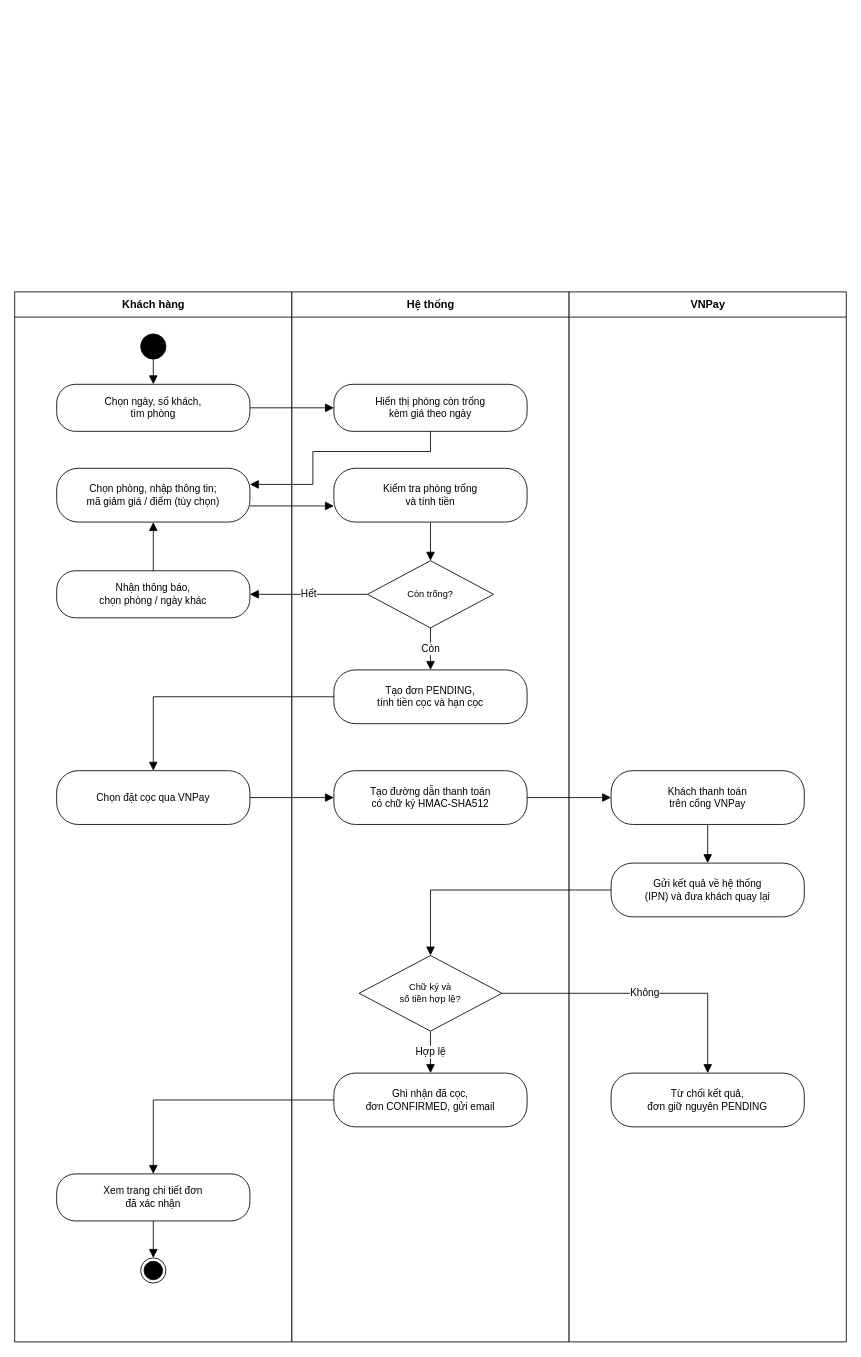
The draw.io diagram docs/thiet-ke/hd-dat-phong-dat-coc.drawio in ngynquchn2511/beach-hotel, before the edit. Source tidied: cells renumbered, new cells numbered last; positions are measured from the earlier drawing's top-left corner, leaving out a move shared by most shapes. Both pictures are drawn from the tidied source at 84%, with x=0, y=0 at pixel (14, 291).
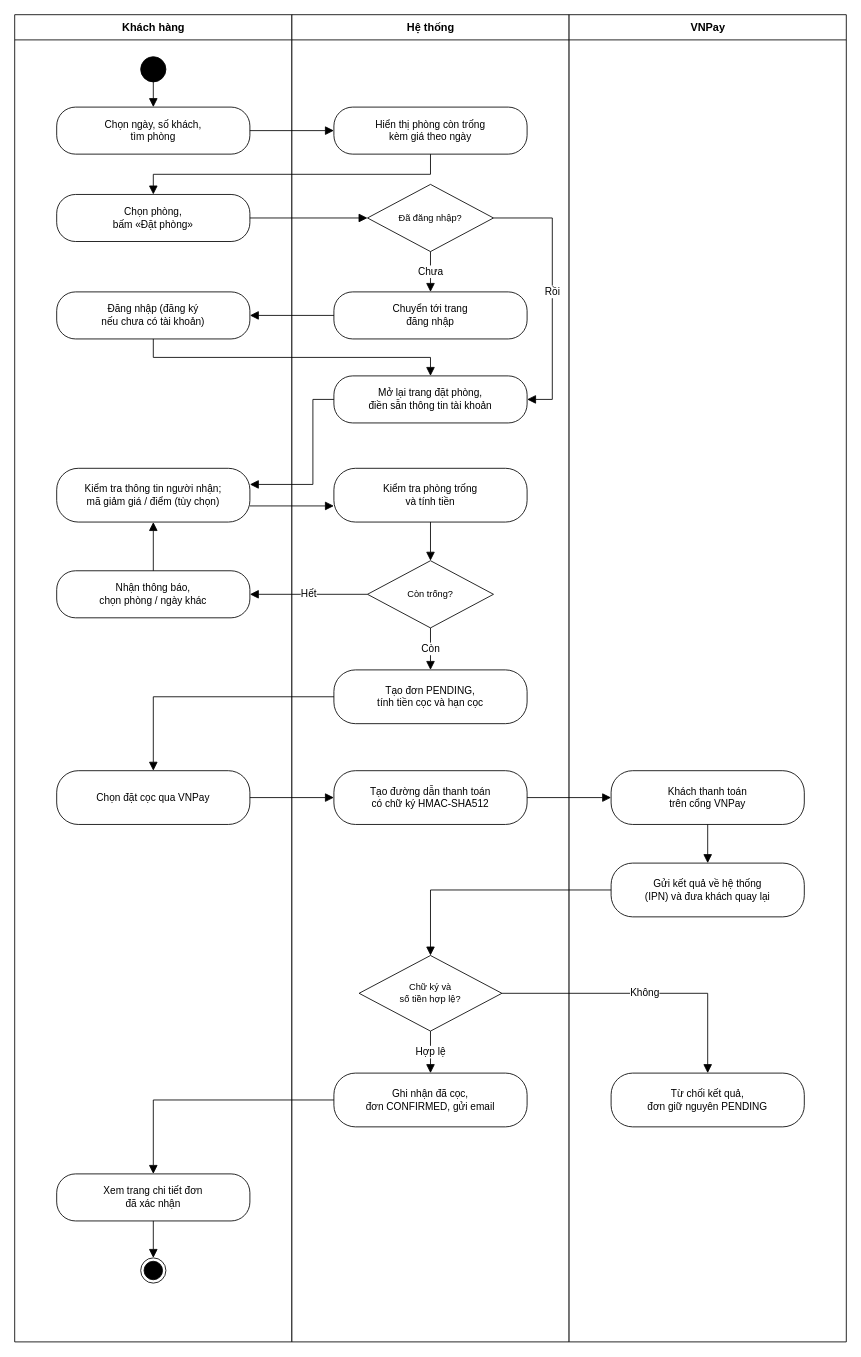
Above is the later version.

Change to the diagram source:
```diff
@@
     <mxCell id="2" value="Khách hàng" style="swimlane;horizontal=1;startSize=30;html=1;fillColor=#FFFFFF;strokeColor=#000000;fontSize=13;fontStyle=1;swimlaneFillColor=#FFFFFF;" parent="1" vertex="1">
-      <mxGeometry width="330" height="1250" as="geometry" />
+      <mxGeometry y="-330" width="330" height="1580" as="geometry" />
     </mxCell>
     <mxCell id="3" value="Hệ thống" style="swimlane;horizontal=1;startSize=30;html=1;fillColor=#FFFFFF;strokeColor=#000000;fontSize=13;fontStyle=1;swimlaneFillColor=#FFFFFF;" parent="1" vertex="1">
-      <mxGeometry x="330" width="330" height="1250" as="geometry" />
+      <mxGeometry x="330" y="-330" width="330" height="1580" as="geometry" />
     </mxCell>
     <mxCell id="4" value="VNPay" style="swimlane;horizontal=1;startSize=30;html=1;fillColor=#FFFFFF;strokeColor=#000000;fontSize=13;fontStyle=1;swimlaneFillColor=#FFFFFF;" parent="1" vertex="1">
-      <mxGeometry x="660" width="330" height="1250" as="geometry" />
+      <mxGeometry x="660" y="-330" width="330" height="1580" as="geometry" />
     </mxCell>
     <mxCell id="5" style="ellipse;html=1;fillColor=#000000;strokeColor=#000000;" parent="1" vertex="1">
-      <mxGeometry x="150" y="50" width="30" height="30" as="geometry" />
+      <mxGeometry x="150" y="-280" width="30" height="30" as="geometry" />
     </mxCell>
     <mxCell id="6" value="Chọn ngày, số khách,&lt;br&gt;tìm phòng" style="rounded=1;whiteSpace=wrap;html=1;arcSize=40;fillColor=#FFFFFF;strokeColor=#000000;fontSize=12;" parent="1" vertex="1">
-      <mxGeometry x="50" y="110" width="230" height="56" as="geometry" />
+      <mxGeometry x="50" y="-220" width="230" height="56" as="geometry" />
     </mxCell>
     <mxCell id="7" value="Hiển thị phòng còn trống&lt;br&gt;kèm giá theo ngày" style="rounded=1;whiteSpace=wrap;html=1;arcSize=40;fillColor=#FFFFFF;strokeColor=#000000;fontSize=12;" parent="1" vertex="1">
-      <mxGeometry x="380" y="110" width="230" height="56" as="geometry" />
+      <mxGeometry x="380" y="-220" width="230" height="56" as="geometry" />
     </mxCell>
-    <mxCell id="8" value="Chọn phòng, nhập thông tin;&lt;br&gt;mã giảm giá / điểm (tùy chọn)" style="rounded=1;whiteSpace=wrap;html=1;arcSize=40;fillColor=#FFFFFF;strokeColor=#000000;fontSize=12;" parent="1" vertex="1">
+    <mxCell id="8" value="Kiểm tra thông tin người nhận;&lt;br&gt;mã giảm giá / điểm (tùy chọn)" style="rounded=1;whiteSpace=wrap;html=1;arcSize=40;fillColor=#FFFFFF;strokeColor=#000000;fontSize=12;" parent="1" vertex="1">
       <mxGeometry x="50" y="210" width="230" height="64" as="geometry" />
     </mxCell>
@@
-    <mxCell id="29" style="edgeStyle=orthogonalEdgeStyle;rounded=0;html=1;endArrow=block;endFill=1;endSize=8;strokeColor=#000000;fontSize=12;labelBackgroundColor=#FFFFFF;exitX=0.5;exitY=1;exitDx=0;exitDy=0;entryX=1;entryY=0.3;entryDx=0;entryDy=0;" parent="1" edge="1" source="7" target="8">
-      <mxGeometry relative="1" as="geometry">
-        <Array as="points">
-          <mxPoint x="495" y="190" />
-          <mxPoint x="355" y="190" />
-          <mxPoint x="355" y="229" />
-        </Array>
-      </mxGeometry>
-    </mxCell>
@@
+    <mxCell id="39" value="Chọn phòng,&lt;br&gt;bấm «Đặt phòng»" style="rounded=1;whiteSpace=wrap;html=1;arcSize=40;fillColor=#FFFFFF;strokeColor=#000000;fontSize=12;" parent="1" vertex="1">
+      <mxGeometry x="50" y="-116" width="230" height="56" as="geometry" />
+    </mxCell>
+    <mxCell id="40" value="Đã đăng nhập?" style="rhombus;whiteSpace=wrap;html=1;fillColor=#FFFFFF;strokeColor=#000000;fontSize=11;" parent="1" vertex="1">
+      <mxGeometry x="420" y="-128" width="150" height="80" as="geometry" />
+    </mxCell>
+    <mxCell id="41" value="Chuyển tới trang&lt;br&gt;đăng nhập" style="rounded=1;whiteSpace=wrap;html=1;arcSize=40;fillColor=#FFFFFF;strokeColor=#000000;fontSize=12;" parent="1" vertex="1">
+      <mxGeometry x="380" width="230" height="56" as="geometry" />
+    </mxCell>
+    <mxCell id="42" value="Đăng nhập (đăng ký&lt;br&gt;nếu chưa có tài khoản)" style="rounded=1;whiteSpace=wrap;html=1;arcSize=40;fillColor=#FFFFFF;strokeColor=#000000;fontSize=12;" parent="1" vertex="1">
+      <mxGeometry x="50" width="230" height="56" as="geometry" />
+    </mxCell>
+    <mxCell id="43" value="Mở lại trang đặt phòng,&lt;br&gt;điền sẵn thông tin tài khoản" style="rounded=1;whiteSpace=wrap;html=1;arcSize=40;fillColor=#FFFFFF;strokeColor=#000000;fontSize=12;" parent="1" vertex="1">
+      <mxGeometry x="380" y="100" width="230" height="56" as="geometry" />
+    </mxCell>
+    <mxCell id="44" style="edgeStyle=orthogonalEdgeStyle;rounded=0;html=1;endArrow=block;endFill=1;endSize=8;strokeColor=#000000;fontSize=12;labelBackgroundColor=#FFFFFF;exitX=0.5;exitY=1;exitDx=0;exitDy=0;entryX=0.5;entryY=0;entryDx=0;entryDy=0;" parent="1" edge="1" source="7" target="39">
+      <mxGeometry relative="1" as="geometry">
+        <Array as="points">
+          <mxPoint x="495" y="-140" />
+          <mxPoint x="165" y="-140" />
+        </Array>
+      </mxGeometry>
+    </mxCell>
+    <mxCell id="45" style="edgeStyle=orthogonalEdgeStyle;rounded=0;html=1;endArrow=block;endFill=1;endSize=8;strokeColor=#000000;fontSize=12;labelBackgroundColor=#FFFFFF;exitX=1;exitY=0.5;exitDx=0;exitDy=0;entryX=0;entryY=0.5;entryDx=0;entryDy=0;" parent="1" edge="1" source="39" target="40">
+      <mxGeometry relative="1" as="geometry" />
+    </mxCell>
+    <mxCell id="46" value="Chưa" style="edgeStyle=orthogonalEdgeStyle;rounded=0;html=1;endArrow=block;endFill=1;endSize=8;strokeColor=#000000;fontSize=12;labelBackgroundColor=#FFFFFF;exitX=0.5;exitY=1;exitDx=0;exitDy=0;entryX=0.5;entryY=0;entryDx=0;entryDy=0;" parent="1" edge="1" source="40" target="41">
+      <mxGeometry relative="1" as="geometry" />
+    </mxCell>
+    <mxCell id="47" style="edgeStyle=orthogonalEdgeStyle;rounded=0;html=1;endArrow=block;endFill=1;endSize=8;strokeColor=#000000;fontSize=12;labelBackgroundColor=#FFFFFF;exitX=0;exitY=0.5;exitDx=0;exitDy=0;entryX=1;entryY=0.5;entryDx=0;entryDy=0;" parent="1" edge="1" source="41" target="42">
+      <mxGeometry relative="1" as="geometry" />
+    </mxCell>
+    <mxCell id="48" style="edgeStyle=orthogonalEdgeStyle;rounded=0;html=1;endArrow=block;endFill=1;endSize=8;strokeColor=#000000;fontSize=12;labelBackgroundColor=#FFFFFF;exitX=0.5;exitY=1;exitDx=0;exitDy=0;entryX=0.5;entryY=0;entryDx=0;entryDy=0;" parent="1" edge="1" source="42" target="43">
+      <mxGeometry relative="1" as="geometry">
+        <Array as="points">
+          <mxPoint x="165" y="78" />
+          <mxPoint x="495" y="78" />
+        </Array>
+      </mxGeometry>
+    </mxCell>
+    <mxCell id="49" value="Rồi" style="edgeStyle=orthogonalEdgeStyle;rounded=0;html=1;endArrow=block;endFill=1;endSize=8;strokeColor=#000000;fontSize=12;labelBackgroundColor=#FFFFFF;exitX=1;exitY=0.5;exitDx=0;exitDy=0;entryX=1;entryY=0.5;entryDx=0;entryDy=0;" parent="1" edge="1" source="40" target="43">
+      <mxGeometry relative="1" as="geometry">
+        <Array as="points">
+          <mxPoint x="640" y="-88" />
+          <mxPoint x="640" y="128" />
+        </Array>
+      </mxGeometry>
+    </mxCell>
+    <mxCell id="50" style="edgeStyle=orthogonalEdgeStyle;rounded=0;html=1;endArrow=block;endFill=1;endSize=8;strokeColor=#000000;fontSize=12;labelBackgroundColor=#FFFFFF;exitX=0;exitY=0.5;exitDx=0;exitDy=0;entryX=1;entryY=0.3;entryDx=0;entryDy=0;" parent="1" edge="1" source="43" target="8">
+      <mxGeometry relative="1" as="geometry">
+        <Array as="points">
+          <mxPoint x="355" y="128" />
+          <mxPoint x="355" y="229" />
+        </Array>
+      </mxGeometry>
+    </mxCell>
```
